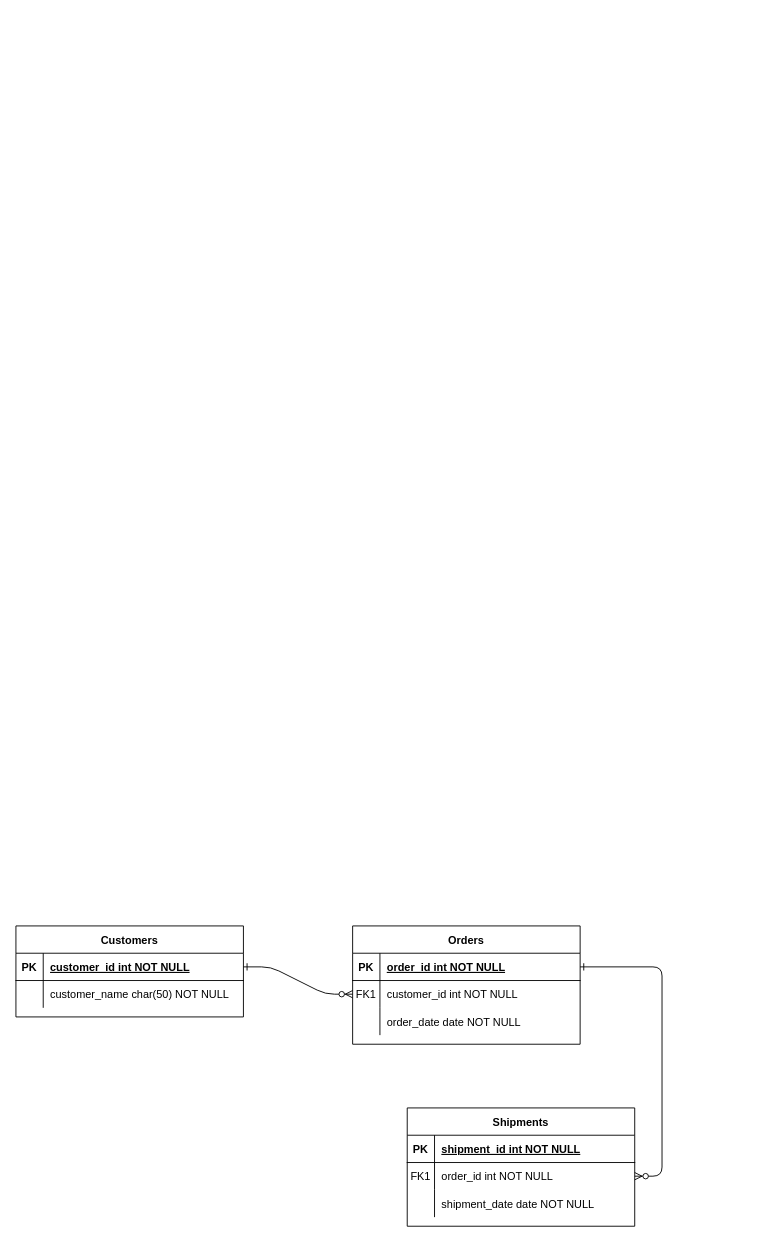
This is Diagramme sans nom.drawio from GAulombard/house-keeper-api, a draw.io file, before an edit. Source tidied: cells renumbered, new cells numbered last; positions are measured from the earlier drawing's top-left corner, leaving out a move shared by most shapes. Both pictures are drawn from the tidied source at 91%, with x=0, y=0 at pixel (15, 925).
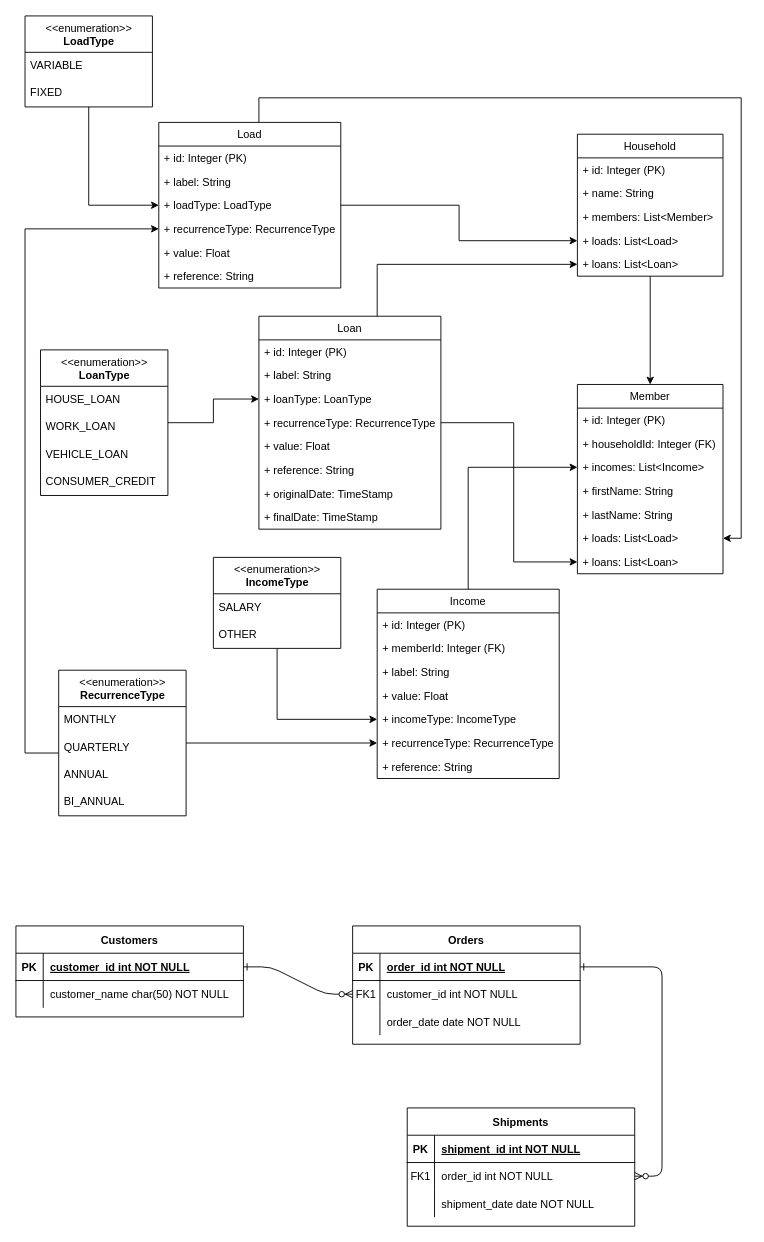
The same diagram, later.

Diff of the diagram source:
```diff
@@
+    <mxCell id="31" style="edgeStyle=orthogonalEdgeStyle;rounded=0;jettySize=auto;html=1;entryX=0;entryY=0.5;entryDx=0;entryDy=0;" parent="1" edge="1" source="32" target="54">
+      <mxGeometry relative="1" as="geometry" />
+    </mxCell>
+    <mxCell id="32" value="Income" style="swimlane;fontStyle=0;horizontal=1;startSize=26;fillColor=none;" parent="1" vertex="1">
+      <mxGeometry x="397" y="-370" width="200" height="208" as="geometry" />
+    </mxCell>
+    <mxCell id="33" value="+ id: Integer (PK)" style="text;strokeColor=none;fillColor=none;align=left;verticalAlign=top;spacingLeft=4;spacingRight=4;overflow=hidden;" parent="32" vertex="1">
+      <mxGeometry y="26" width="200" height="26" as="geometry" />
+    </mxCell>
+    <mxCell id="34" value="+ memberId: Integer (FK)" style="text;strokeColor=none;fillColor=none;align=left;verticalAlign=top;spacingLeft=4;spacingRight=4;overflow=hidden;" parent="32" vertex="1">
+      <mxGeometry y="52" width="200" height="26" as="geometry" />
+    </mxCell>
+    <mxCell id="35" value="+ label: String" style="text;strokeColor=none;fillColor=none;align=left;verticalAlign=top;spacingLeft=4;spacingRight=4;overflow=hidden;" parent="32" vertex="1">
+      <mxGeometry y="78" width="200" height="26" as="geometry" />
+    </mxCell>
+    <mxCell id="36" value="+ value: Float" style="text;strokeColor=none;fillColor=none;align=left;verticalAlign=top;spacingLeft=4;spacingRight=4;overflow=hidden;" parent="32" vertex="1">
+      <mxGeometry y="104" width="200" height="26" as="geometry" />
+    </mxCell>
+    <mxCell id="37" value="+ incomeType: IncomeType" style="text;strokeColor=none;fillColor=none;align=left;verticalAlign=top;spacingLeft=4;spacingRight=4;overflow=hidden;points=[[0,0.5],[1,0.5]];portConstraint=eastwest;" parent="32" vertex="1">
+      <mxGeometry y="130" width="200" height="26" as="geometry" />
+    </mxCell>
+    <mxCell id="38" value="+ recurrenceType: RecurrenceType" style="text;strokeColor=none;fillColor=none;align=left;verticalAlign=top;spacingLeft=4;spacingRight=4;overflow=hidden;points=[[0,0.5],[1,0.5]];portConstraint=eastwest;" parent="32" vertex="1">
+      <mxGeometry y="156" width="200" height="26" as="geometry" />
+    </mxCell>
+    <mxCell id="39" value="+ reference: String" style="text;strokeColor=none;fillColor=none;align=left;verticalAlign=top;spacingLeft=4;spacingRight=4;overflow=hidden;" parent="32" vertex="1">
+      <mxGeometry y="182" width="200" height="26" as="geometry" />
+    </mxCell>
+    <mxCell id="40" style="edgeStyle=orthogonalEdgeStyle;rounded=0;jettySize=auto;html=1;" parent="1" edge="1" source="41" target="37">
+      <mxGeometry relative="1" as="geometry" />
+    </mxCell>
+    <mxCell id="41" value="&amp;lt;&amp;lt;enumeration&amp;gt;&amp;gt;&lt;br&gt;&lt;b&gt;IncomeType&lt;/b&gt;" style="swimlane;fontStyle=0;align=center;verticalAlign=top;horizontal=1;startSize=40;html=1;" parent="1" vertex="1">
+      <mxGeometry x="217" y="-405" width="140" height="100" as="geometry" />
+    </mxCell>
+    <mxCell id="42" value="SALARY" style="text;html=1;strokeColor=none;fillColor=none;align=left;verticalAlign=middle;spacingLeft=4;spacingRight=4;overflow=hidden;" parent="41" vertex="1">
+      <mxGeometry y="40" width="140" height="30" as="geometry" />
+    </mxCell>
+    <mxCell id="43" value="OTHER" style="text;html=1;strokeColor=none;fillColor=none;align=left;verticalAlign=middle;spacingLeft=4;spacingRight=4;overflow=hidden;" parent="41" vertex="1">
+      <mxGeometry y="70" width="140" height="30" as="geometry" />
+    </mxCell>
+    <mxCell id="44" style="edgeStyle=orthogonalEdgeStyle;rounded=0;jettySize=auto;html=1;entryX=0;entryY=0.5;entryDx=0;entryDy=0;" parent="1" edge="1" source="46" target="38">
+      <mxGeometry relative="1" as="geometry" />
+    </mxCell>
+    <mxCell id="45" style="edgeStyle=orthogonalEdgeStyle;rounded=0;jettySize=auto;html=1;entryX=0;entryY=0.5;entryDx=0;entryDy=0;" parent="1" edge="1" source="46" target="65">
+      <mxGeometry relative="1" as="geometry">
+        <Array as="points">
+          <mxPoint x="10" y="-190" />
+          <mxPoint x="10" y="-766" />
+        </Array>
+      </mxGeometry>
+    </mxCell>
+    <mxCell id="46" value="&amp;lt;&amp;lt;enumeration&amp;gt;&amp;gt;&lt;br&gt;&lt;b&gt;RecurrenceType&lt;/b&gt;" style="swimlane;fontStyle=0;align=center;verticalAlign=top;horizontal=1;startSize=40;html=1;" parent="1" vertex="1">
+      <mxGeometry x="47" y="-281" width="140" height="160" as="geometry" />
+    </mxCell>
+    <mxCell id="47" value="MONTHLY" style="text;html=1;strokeColor=none;fillColor=none;align=left;verticalAlign=middle;spacingLeft=4;spacingRight=4;overflow=hidden;" parent="46" vertex="1">
+      <mxGeometry y="40" width="140" height="30" as="geometry" />
+    </mxCell>
+    <mxCell id="48" value="QUARTERLY" style="text;html=1;strokeColor=none;fillColor=none;align=left;verticalAlign=middle;spacingLeft=4;spacingRight=4;overflow=hidden;" parent="46" vertex="1">
+      <mxGeometry y="70" width="140" height="30" as="geometry" />
+    </mxCell>
+    <mxCell id="49" value="ANNUAL" style="text;html=1;strokeColor=none;fillColor=none;align=left;verticalAlign=middle;spacingLeft=4;spacingRight=4;overflow=hidden;" parent="46" vertex="1">
+      <mxGeometry y="100" width="140" height="30" as="geometry" />
+    </mxCell>
+    <mxCell id="50" value="BI_ANNUAL" style="text;html=1;strokeColor=none;fillColor=none;align=left;verticalAlign=middle;spacingLeft=4;spacingRight=4;overflow=hidden;" parent="46" vertex="1">
+      <mxGeometry y="130" width="140" height="30" as="geometry" />
+    </mxCell>
+    <mxCell id="51" value="Member" style="swimlane;fontStyle=0;horizontal=1;startSize=26;fillColor=none;" parent="1" vertex="1">
+      <mxGeometry x="617" y="-595" width="160" height="208" as="geometry" />
+    </mxCell>
+    <mxCell id="52" value="+ id: Integer (PK)" style="text;strokeColor=none;fillColor=none;align=left;verticalAlign=top;spacingLeft=4;spacingRight=4;overflow=hidden;" parent="51" vertex="1">
+      <mxGeometry y="26" width="160" height="26" as="geometry" />
+    </mxCell>
+    <mxCell id="53" value="+ householdId: Integer (FK)" style="text;strokeColor=none;fillColor=none;align=left;verticalAlign=top;spacingLeft=4;spacingRight=4;overflow=hidden;" parent="51" vertex="1">
+      <mxGeometry y="52" width="160" height="26" as="geometry" />
+    </mxCell>
+    <mxCell id="54" value="+ incomes: List&lt;Income&gt;" style="text;strokeColor=none;fillColor=none;align=left;verticalAlign=top;spacingLeft=4;spacingRight=4;overflow=hidden;points=[[0,0.5],[1,0.5]];portConstraint=eastwest;" parent="51" vertex="1">
+      <mxGeometry y="78" width="160" height="26" as="geometry" />
+    </mxCell>
+    <mxCell id="55" value="+ firstName: String" style="text;strokeColor=none;fillColor=none;align=left;verticalAlign=top;spacingLeft=4;spacingRight=4;overflow=hidden;" parent="51" vertex="1">
+      <mxGeometry y="104" width="160" height="26" as="geometry" />
+    </mxCell>
+    <mxCell id="56" value="+ lastName: String" style="text;strokeColor=none;fillColor=none;align=left;verticalAlign=top;spacingLeft=4;spacingRight=4;overflow=hidden;" parent="51" vertex="1">
+      <mxGeometry y="130" width="160" height="26" as="geometry" />
+    </mxCell>
+    <mxCell id="57" value="+ loads: List&lt;Load&gt;" style="text;strokeColor=none;fillColor=none;align=left;verticalAlign=top;spacingLeft=4;spacingRight=4;overflow=hidden;points=[[0,0.5],[1,0.5]];portConstraint=eastwest;" parent="51" vertex="1">
+      <mxGeometry y="156" width="160" height="26" as="geometry" />
+    </mxCell>
+    <mxCell id="58" value="+ loans: List&lt;Loan&gt;" style="text;strokeColor=none;fillColor=none;align=left;verticalAlign=top;spacingLeft=4;spacingRight=4;overflow=hidden;points=[[0,0.5],[1,0.5]];portConstraint=eastwest;" parent="51" vertex="1">
+      <mxGeometry y="182" width="160" height="26" as="geometry" />
+    </mxCell>
+    <mxCell id="59" style="edgeStyle=orthogonalEdgeStyle;rounded=0;jettySize=auto;html=1;entryX=0;entryY=0.5;entryDx=0;entryDy=0;" parent="1" edge="1" source="61" target="73">
+      <mxGeometry relative="1" as="geometry" />
+    </mxCell>
+    <mxCell id="60" style="edgeStyle=orthogonalEdgeStyle;rounded=0;jettySize=auto;html=1;entryX=1;entryY=0.5;entryDx=0;entryDy=0;" parent="1" edge="1" source="61" target="57">
+      <mxGeometry relative="1" as="geometry">
+        <Array as="points">
+          <mxPoint x="267" y="-910" />
+          <mxPoint x="797" y="-910" />
+          <mxPoint x="797" y="-426" />
+        </Array>
+      </mxGeometry>
+    </mxCell>
+    <mxCell id="61" value="Load" style="swimlane;fontStyle=0;horizontal=1;startSize=26;fillColor=none;" parent="1" vertex="1">
+      <mxGeometry x="157" y="-883" width="200" height="182" as="geometry" />
+    </mxCell>
+    <mxCell id="62" value="+ id: Integer (PK)" style="text;strokeColor=none;fillColor=none;align=left;verticalAlign=top;spacingLeft=4;spacingRight=4;overflow=hidden;" parent="61" vertex="1">
+      <mxGeometry y="26" width="200" height="26" as="geometry" />
+    </mxCell>
+    <mxCell id="63" value="+ label: String" style="text;strokeColor=none;fillColor=none;align=left;verticalAlign=top;spacingLeft=4;spacingRight=4;overflow=hidden;" parent="61" vertex="1">
+      <mxGeometry y="52" width="200" height="26" as="geometry" />
+    </mxCell>
+    <mxCell id="64" value="+ loadType: LoadType" style="text;strokeColor=none;fillColor=none;align=left;verticalAlign=top;spacingLeft=4;spacingRight=4;overflow=hidden;points=[[0,0.5],[1,0.5]];portConstraint=eastwest;" parent="61" vertex="1">
+      <mxGeometry y="78" width="200" height="26" as="geometry" />
+    </mxCell>
+    <mxCell id="65" value="+ recurrenceType: RecurrenceType" style="text;strokeColor=none;fillColor=none;align=left;verticalAlign=top;spacingLeft=4;spacingRight=4;overflow=hidden;points=[[0,0.5],[1,0.5]];portConstraint=eastwest;" parent="61" vertex="1">
+      <mxGeometry y="104" width="200" height="26" as="geometry" />
+    </mxCell>
+    <mxCell id="66" value="+ value: Float" style="text;strokeColor=none;fillColor=none;align=left;verticalAlign=top;spacingLeft=4;spacingRight=4;overflow=hidden;" parent="61" vertex="1">
+      <mxGeometry y="130" width="200" height="26" as="geometry" />
+    </mxCell>
+    <mxCell id="67" value="+ reference: String" style="text;strokeColor=none;fillColor=none;align=left;verticalAlign=top;spacingLeft=4;spacingRight=4;overflow=hidden;" parent="61" vertex="1">
+      <mxGeometry y="156" width="200" height="26" as="geometry" />
+    </mxCell>
+    <mxCell id="68" style="edgeStyle=orthogonalEdgeStyle;rounded=0;jettySize=auto;html=1;entryX=0.5;entryY=0;entryDx=0;entryDy=0;" parent="1" edge="1" source="69" target="51">
+      <mxGeometry relative="1" as="geometry" />
+    </mxCell>
+    <mxCell id="69" value="Household" style="swimlane;fontStyle=0;horizontal=1;startSize=26;fillColor=none;" parent="1" vertex="1">
+      <mxGeometry x="617" y="-870" width="160" height="156" as="geometry" />
+    </mxCell>
+    <mxCell id="70" value="+ id: Integer (PK)" style="text;strokeColor=none;fillColor=none;align=left;verticalAlign=top;spacingLeft=4;spacingRight=4;overflow=hidden;" parent="69" vertex="1">
+      <mxGeometry y="26" width="160" height="26" as="geometry" />
+    </mxCell>
+    <mxCell id="71" value="+ name: String" style="text;strokeColor=none;fillColor=none;align=left;verticalAlign=top;spacingLeft=4;spacingRight=4;overflow=hidden;" parent="69" vertex="1">
+      <mxGeometry y="52" width="160" height="26" as="geometry" />
+    </mxCell>
+    <mxCell id="72" value="+ members: List&lt;Member&gt;" style="text;strokeColor=none;fillColor=none;align=left;verticalAlign=top;spacingLeft=4;spacingRight=4;overflow=hidden;" parent="69" vertex="1">
+      <mxGeometry y="78" width="160" height="26" as="geometry" />
+    </mxCell>
+    <mxCell id="73" value="+ loads: List&lt;Load&gt;" style="text;strokeColor=none;fillColor=none;align=left;verticalAlign=top;spacingLeft=4;spacingRight=4;overflow=hidden;points=[[0,0.5],[1,0.5]];portConstraint=eastwest;" parent="69" vertex="1">
+      <mxGeometry y="104" width="160" height="26" as="geometry" />
+    </mxCell>
+    <mxCell id="74" value="+ loans: List&lt;Loan&gt;" style="text;strokeColor=none;fillColor=none;align=left;verticalAlign=top;spacingLeft=4;spacingRight=4;overflow=hidden;points=[[0,0.5],[1,0.5]];portConstraint=eastwest;" parent="69" vertex="1">
+      <mxGeometry y="130" width="160" height="26" as="geometry" />
+    </mxCell>
+    <mxCell id="75" style="edgeStyle=orthogonalEdgeStyle;rounded=0;jettySize=auto;html=1;" parent="1" edge="1" source="76" target="64">
+      <mxGeometry relative="1" as="geometry" />
+    </mxCell>
+    <mxCell id="76" value="&amp;lt;&amp;lt;enumeration&amp;gt;&amp;gt;&lt;br&gt;&lt;b&gt;LoadType&lt;/b&gt;" style="swimlane;fontStyle=0;align=center;verticalAlign=top;horizontal=1;startSize=40;html=1;" parent="1" vertex="1">
+      <mxGeometry x="10" y="-1000" width="140" height="100" as="geometry" />
+    </mxCell>
+    <mxCell id="77" value="VARIABLE" style="text;html=1;strokeColor=none;fillColor=none;align=left;verticalAlign=middle;spacingLeft=4;spacingRight=4;overflow=hidden;" parent="76" vertex="1">
+      <mxGeometry y="40" width="140" height="30" as="geometry" />
+    </mxCell>
+    <mxCell id="78" value="FIXED" style="text;html=1;strokeColor=none;fillColor=none;align=left;verticalAlign=middle;spacingLeft=4;spacingRight=4;overflow=hidden;" parent="76" vertex="1">
+      <mxGeometry y="70" width="140" height="30" as="geometry" />
+    </mxCell>
+    <mxCell id="79" style="edgeStyle=orthogonalEdgeStyle;rounded=0;jettySize=auto;html=1;entryX=0;entryY=0.5;entryDx=0;entryDy=0;" parent="1" edge="1" source="81" target="74">
+      <mxGeometry relative="1" as="geometry">
+        <Array as="points">
+          <mxPoint x="397" y="-727" />
+        </Array>
+      </mxGeometry>
+    </mxCell>
+    <mxCell id="80" style="edgeStyle=orthogonalEdgeStyle;rounded=0;jettySize=auto;html=1;entryX=0;entryY=0.5;entryDx=0;entryDy=0;" parent="1" edge="1" source="81" target="58">
+      <mxGeometry relative="1" as="geometry">
+        <Array as="points">
+          <mxPoint x="547" y="-553" />
+          <mxPoint x="547" y="-400" />
+        </Array>
+      </mxGeometry>
+    </mxCell>
+    <mxCell id="81" value="Loan" style="swimlane;fontStyle=0;horizontal=1;startSize=26;fillColor=none;" parent="1" vertex="1">
+      <mxGeometry x="267" y="-670" width="200" height="234" as="geometry" />
+    </mxCell>
+    <mxCell id="82" value="+ id: Integer (PK)" style="text;strokeColor=none;fillColor=none;align=left;verticalAlign=top;spacingLeft=4;spacingRight=4;overflow=hidden;" parent="81" vertex="1">
+      <mxGeometry y="26" width="200" height="26" as="geometry" />
+    </mxCell>
+    <mxCell id="83" value="+ label: String" style="text;strokeColor=none;fillColor=none;align=left;verticalAlign=top;spacingLeft=4;spacingRight=4;overflow=hidden;" parent="81" vertex="1">
+      <mxGeometry y="52" width="200" height="26" as="geometry" />
+    </mxCell>
+    <mxCell id="84" value="+ loanType: LoanType" style="text;strokeColor=none;fillColor=none;align=left;verticalAlign=top;spacingLeft=4;spacingRight=4;overflow=hidden;points=[[0,0.5],[1,0.5]];portConstraint=eastwest;" parent="81" vertex="1">
+      <mxGeometry y="78" width="200" height="26" as="geometry" />
+    </mxCell>
+    <mxCell id="85" value="+ recurrenceType: RecurrenceType" style="text;strokeColor=none;fillColor=none;align=left;verticalAlign=top;spacingLeft=4;spacingRight=4;overflow=hidden;" parent="81" vertex="1">
+      <mxGeometry y="104" width="200" height="26" as="geometry" />
+    </mxCell>
+    <mxCell id="86" value="+ value: Float" style="text;strokeColor=none;fillColor=none;align=left;verticalAlign=top;spacingLeft=4;spacingRight=4;overflow=hidden;" parent="81" vertex="1">
+      <mxGeometry y="130" width="200" height="26" as="geometry" />
+    </mxCell>
+    <mxCell id="87" value="+ reference: String" style="text;strokeColor=none;fillColor=none;align=left;verticalAlign=top;spacingLeft=4;spacingRight=4;overflow=hidden;" parent="81" vertex="1">
+      <mxGeometry y="156" width="200" height="26" as="geometry" />
+    </mxCell>
+    <mxCell id="88" value="+ originalDate: TimeStamp" style="text;strokeColor=none;fillColor=none;align=left;verticalAlign=top;spacingLeft=4;spacingRight=4;overflow=hidden;" parent="81" vertex="1">
+      <mxGeometry y="182" width="200" height="26" as="geometry" />
+    </mxCell>
+    <mxCell id="89" value="+ finalDate: TimeStamp" style="text;strokeColor=none;fillColor=none;align=left;verticalAlign=top;spacingLeft=4;spacingRight=4;overflow=hidden;" parent="81" vertex="1">
+      <mxGeometry y="208" width="200" height="26" as="geometry" />
+    </mxCell>
+    <mxCell id="90" style="edgeStyle=orthogonalEdgeStyle;rounded=0;jettySize=auto;html=1;" parent="1" edge="1" source="91" target="84">
+      <mxGeometry relative="1" as="geometry" />
+    </mxCell>
+    <mxCell id="91" value="&amp;lt;&amp;lt;enumeration&amp;gt;&amp;gt;&lt;br&gt;&lt;b&gt;LoanType&lt;/b&gt;" style="swimlane;fontStyle=0;align=center;verticalAlign=top;horizontal=1;startSize=40;html=1;" parent="1" vertex="1">
+      <mxGeometry x="27" y="-633" width="140" height="160" as="geometry" />
+    </mxCell>
+    <mxCell id="92" value="HOUSE_LOAN" style="text;html=1;strokeColor=none;fillColor=none;align=left;verticalAlign=middle;spacingLeft=4;spacingRight=4;overflow=hidden;" parent="91" vertex="1">
+      <mxGeometry y="40" width="140" height="30" as="geometry" />
+    </mxCell>
+    <mxCell id="93" value="WORK_LOAN" style="text;html=1;strokeColor=none;fillColor=none;align=left;verticalAlign=middle;spacingLeft=4;spacingRight=4;overflow=hidden;" parent="91" vertex="1">
+      <mxGeometry y="70" width="140" height="30" as="geometry" />
+    </mxCell>
+    <mxCell id="94" value="VEHICLE_LOAN" style="text;html=1;strokeColor=none;fillColor=none;align=left;verticalAlign=middle;spacingLeft=4;spacingRight=4;overflow=hidden;" parent="91" vertex="1">
+      <mxGeometry y="100" width="140" height="30" as="geometry" />
+    </mxCell>
+    <mxCell id="95" value="CONSUMER_CREDIT" style="text;html=1;strokeColor=none;fillColor=none;align=left;verticalAlign=middle;spacingLeft=4;spacingRight=4;overflow=hidden;" parent="91" vertex="1">
+      <mxGeometry y="130" width="140" height="30" as="geometry" />
+    </mxCell>
```
